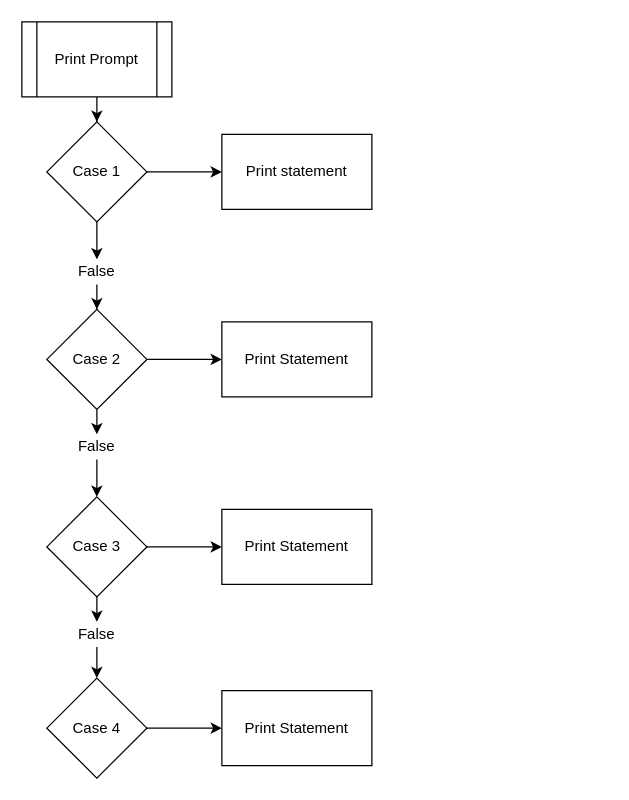
Earlier version of the draw.io diagram page "Page-2" (2 of 2) of Layouts/Project 4.drawio (Sukhvsin2/CS-155-Projects). Source tidied: cells renumbered, new cells numbered last; positions are measured from the earlier drawing's top-left corner, leaving out a move shared by most shapes. Both pictures are drawn from the tidied source at 125%, with x=0, y=0 at pixel (21, 21).
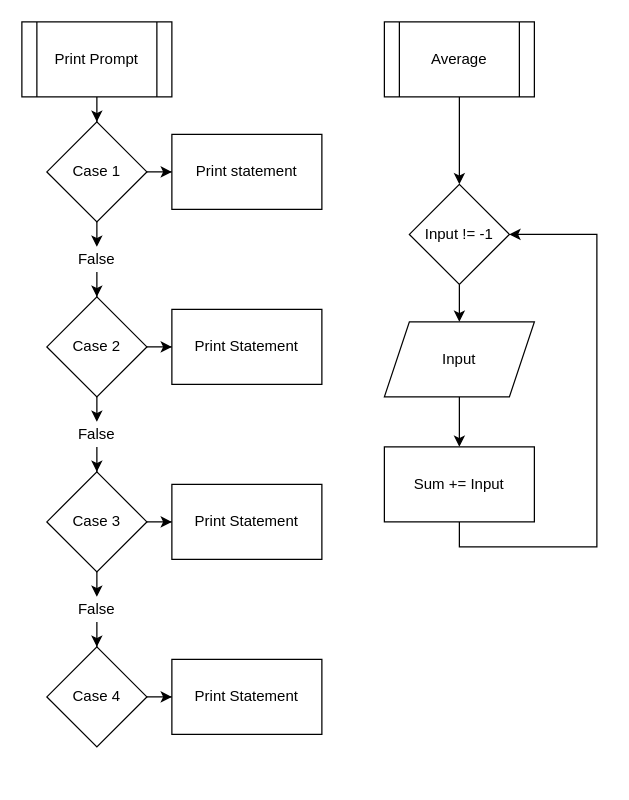
After the change.

Commit message:
Average Function ready

Change to the diagram source:
```diff
@@
     <mxCell id="7" value="Print statement" style="whiteSpace=wrap;html=1;" parent="1" vertex="1">
-      <mxGeometry x="160" y="90" width="120" height="60" as="geometry" />
+      <mxGeometry x="120" y="90" width="120" height="60" as="geometry" />
     </mxCell>
@@
     <mxCell id="9" value="False" style="text;html=1;strokeColor=none;fillColor=none;align=center;verticalAlign=middle;whiteSpace=wrap;rounded=0;" parent="1" vertex="1">
-      <mxGeometry x="40" y="190" width="40" height="20" as="geometry" />
+      <mxGeometry x="40" y="180" width="40" height="20" as="geometry" />
     </mxCell>
@@
     <mxCell id="12" value="Case 2" style="rhombus;whiteSpace=wrap;html=1;" parent="1" vertex="1">
-      <mxGeometry x="20" y="230" width="80" height="80" as="geometry" />
+      <mxGeometry x="20" y="220" width="80" height="80" as="geometry" />
     </mxCell>
     <mxCell id="13" value="Print Statement" style="whiteSpace=wrap;html=1;" parent="1" vertex="1">
-      <mxGeometry x="160" y="240" width="120" height="60" as="geometry" />
+      <mxGeometry x="120" y="230" width="120" height="60" as="geometry" />
     </mxCell>
@@
     <mxCell id="15" value="False" style="text;html=1;strokeColor=none;fillColor=none;align=center;verticalAlign=middle;whiteSpace=wrap;rounded=0;" parent="1" vertex="1">
-      <mxGeometry x="40" y="330" width="40" height="20" as="geometry" />
+      <mxGeometry x="40" y="320" width="40" height="20" as="geometry" />
     </mxCell>
@@
     <mxCell id="18" value="Case 3" style="rhombus;whiteSpace=wrap;html=1;" parent="1" vertex="1">
-      <mxGeometry x="20" y="380" width="80" height="80" as="geometry" />
+      <mxGeometry x="20" y="360" width="80" height="80" as="geometry" />
     </mxCell>
     <mxCell id="19" value="Print Statement" style="whiteSpace=wrap;html=1;" parent="1" vertex="1">
-      <mxGeometry x="160" y="390" width="120" height="60" as="geometry" />
+      <mxGeometry x="120" y="370" width="120" height="60" as="geometry" />
     </mxCell>
@@
     <mxCell id="21" value="False" style="text;html=1;strokeColor=none;fillColor=none;align=center;verticalAlign=middle;whiteSpace=wrap;rounded=0;" parent="1" vertex="1">
-      <mxGeometry x="40" y="480" width="40" height="20" as="geometry" />
+      <mxGeometry x="40" y="460" width="40" height="20" as="geometry" />
     </mxCell>
@@
     <mxCell id="23" value="Case 4" style="rhombus;whiteSpace=wrap;html=1;" parent="1" vertex="1">
-      <mxGeometry x="20" y="525" width="80" height="80" as="geometry" />
+      <mxGeometry x="20" y="500" width="80" height="80" as="geometry" />
     </mxCell>
     <mxCell id="24" value="Print Statement" style="whiteSpace=wrap;html=1;" parent="1" vertex="1">
-      <mxGeometry x="160" y="535" width="120" height="60" as="geometry" />
+      <mxGeometry x="120" y="510" width="120" height="60" as="geometry" />
     </mxCell>
+    <mxCell id="25" style="edgeStyle=orthogonalEdgeStyle;rounded=0;jettySize=auto;html=1;" parent="1" edge="1" source="26" target="28">
+      <mxGeometry relative="1" as="geometry" />
+    </mxCell>
+    <mxCell id="26" value="Average" style="shape=process;whiteSpace=wrap;html=1;backgroundOutline=1;" parent="1" vertex="1">
+      <mxGeometry x="290" width="120" height="60" as="geometry" />
+    </mxCell>
+    <mxCell id="27" style="edgeStyle=orthogonalEdgeStyle;rounded=0;jettySize=auto;html=1;" parent="1" edge="1" source="28" target="30">
+      <mxGeometry relative="1" as="geometry" />
+    </mxCell>
+    <mxCell id="28" value="Input != -1" style="rhombus;whiteSpace=wrap;html=1;" parent="1" vertex="1">
+      <mxGeometry x="310" y="130" width="80" height="80" as="geometry" />
+    </mxCell>
+    <mxCell id="29" style="edgeStyle=orthogonalEdgeStyle;rounded=0;jettySize=auto;html=1;" parent="1" edge="1" source="30" target="32">
+      <mxGeometry relative="1" as="geometry" />
+    </mxCell>
+    <mxCell id="30" value="Input" style="shape=parallelogram;perimeter=parallelogramPerimeter;whiteSpace=wrap;html=1;fixedSize=1;" parent="1" vertex="1">
+      <mxGeometry x="290" y="240" width="120" height="60" as="geometry" />
+    </mxCell>
+    <mxCell id="31" style="edgeStyle=orthogonalEdgeStyle;rounded=0;jettySize=auto;html=1;exitX=0.5;exitY=1;exitDx=0;exitDy=0;entryX=1;entryY=0.5;entryDx=0;entryDy=0;" parent="1" edge="1" source="32" target="28">
+      <mxGeometry relative="1" as="geometry">
+        <Array as="points">
+          <mxPoint x="350" y="420" />
+          <mxPoint x="460" y="420" />
+          <mxPoint x="460" y="170" />
+        </Array>
+      </mxGeometry>
+    </mxCell>
+    <mxCell id="32" value="Sum += Input" style="whiteSpace=wrap;html=1;" parent="1" vertex="1">
+      <mxGeometry x="290" y="340" width="120" height="60" as="geometry" />
+    </mxCell>
```
